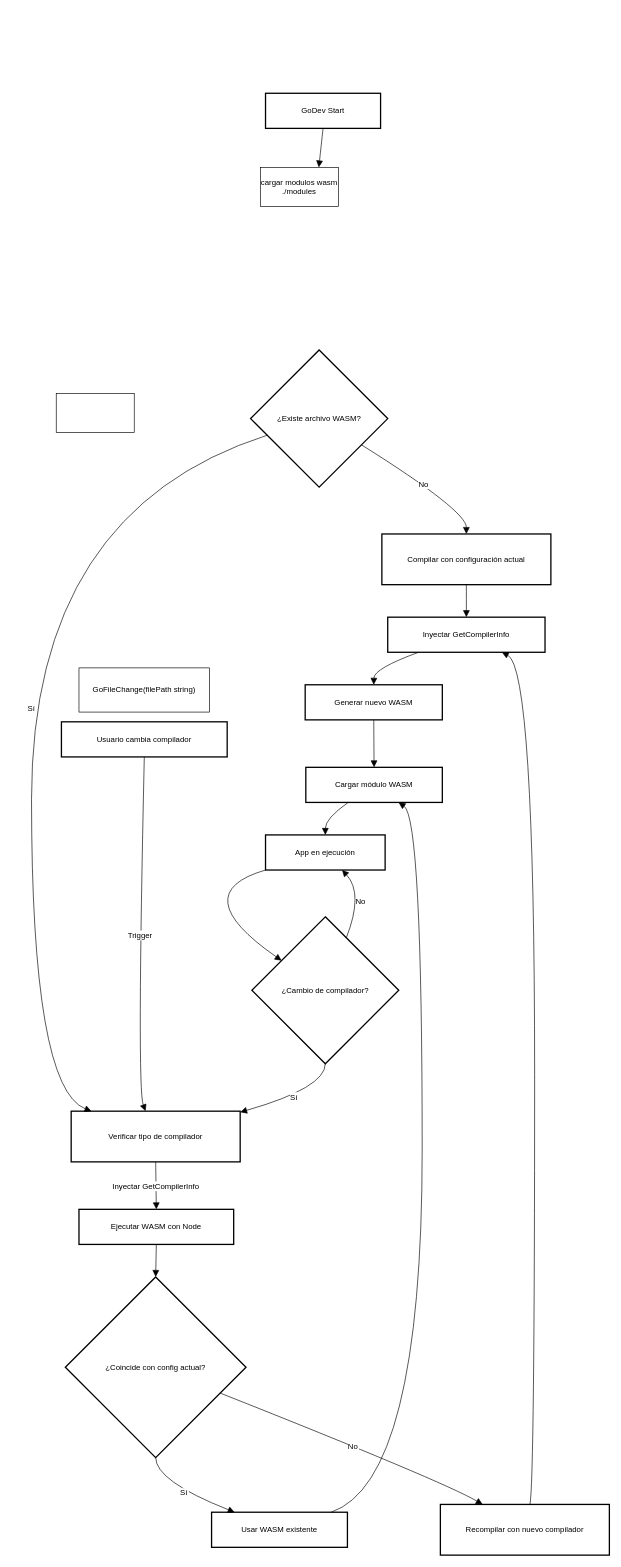
zongruxie4/godev keeps this draw.io diagram as docs/wasm-flow.drawio. Above is the earlier version. Source tidied: cells renumbered, new cells numbered last; positions are measured from the earlier drawing's top-left corner, leaving out a move shared by most shapes. Both pictures are drawn from the tidied source at 65%, with x=0, y=0 at pixel (31, 93).
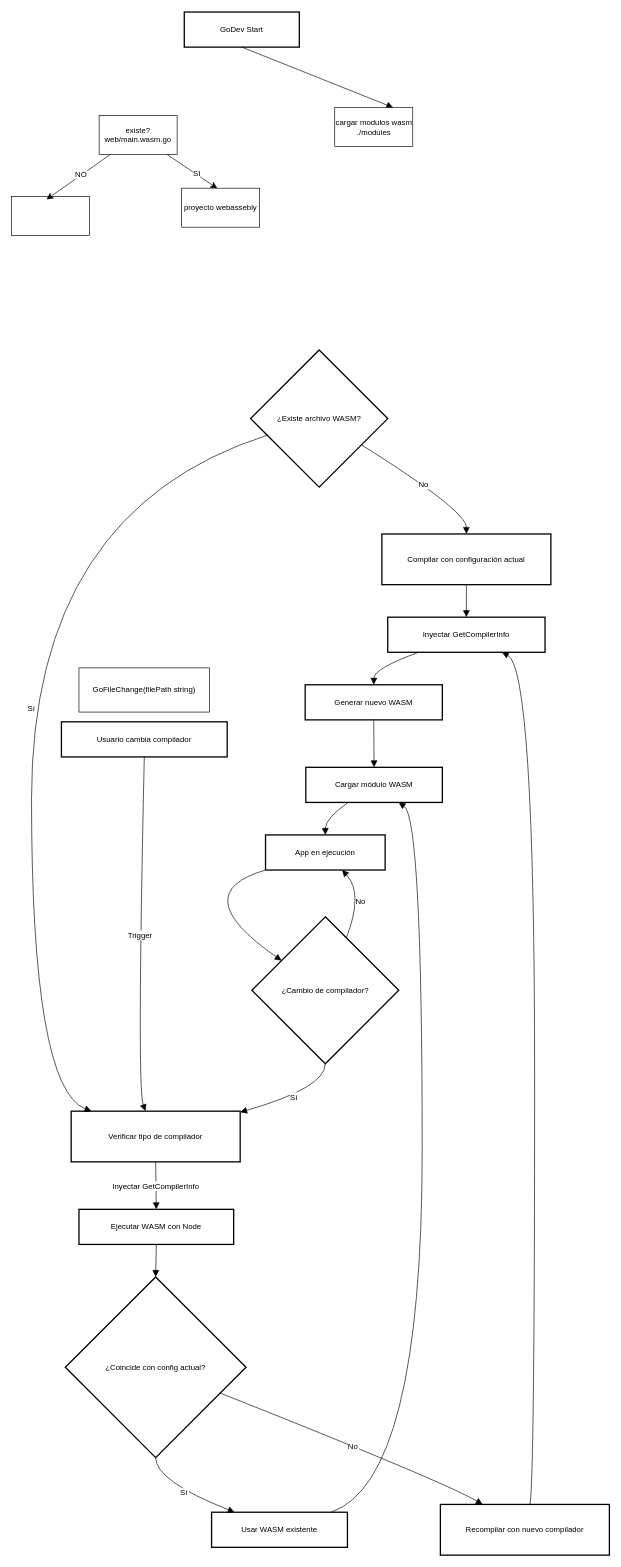
The same page after the edit.

Diff of the diagram source:
```diff
@@
     <mxCell id="2" value="GoDev Start" style="whiteSpace=wrap;strokeWidth=2;" parent="1" vertex="1">
-      <mxGeometry x="360" width="177" height="54" as="geometry" />
+      <mxGeometry x="235" y="-125" width="177" height="54" as="geometry" />
     </mxCell>
@@
+    <mxCell id="36" style="edgeStyle=none;curved=1;rounded=0;jettySize=auto;html=1;fontSize=12;startSize=8;endSize=8;entryX=0.456;entryY=0.006;entryDx=0;entryDy=0;entryPerimeter=0;" parent="1" edge="1" source="34" target="41">
+      <mxGeometry relative="1" as="geometry" />
+    </mxCell>
+    <mxCell id="37" value="SI" style="edgeLabel;html=1;align=center;verticalAlign=middle;fontSize=12;" parent="36" vertex="1">
+      <mxGeometry x="0.15" y="1" relative="1" as="geometry" />
+    </mxCell>
-    <mxCell id="34" style="rounded=0;whiteSpace=wrap;html=1;" parent="1" vertex="1">
-      <mxGeometry x="38" y="462" width="120" height="60" as="geometry" />
+    <mxCell id="34" value="existe? web/main.wasm.go" style="rounded=0;whiteSpace=wrap;html=1;" parent="1" vertex="1">
+      <mxGeometry x="104" y="34" width="120" height="60" as="geometry" />
     </mxCell>
     <mxCell id="35" value="cargar modulos wasm&lt;div&gt;./modules&lt;/div&gt;" style="rounded=0;whiteSpace=wrap;html=1;" parent="1" vertex="1">
-      <mxGeometry x="352" y="114" width="120" height="60" as="geometry" />
+      <mxGeometry x="466.5" y="22" width="120" height="60" as="geometry" />
     </mxCell>
+    <mxCell id="38" style="rounded=0;whiteSpace=wrap;html=1;" parent="1" vertex="1">
+      <mxGeometry x="-31" y="159" width="120" height="60" as="geometry" />
+    </mxCell>
+    <mxCell id="39" style="edgeStyle=none;curved=1;rounded=0;jettySize=auto;html=1;entryX=0.45;entryY=0.072;entryDx=0;entryDy=0;entryPerimeter=0;fontSize=12;startSize=8;endSize=8;" parent="1" edge="1" source="34" target="38">
+      <mxGeometry relative="1" as="geometry" />
+    </mxCell>
+    <mxCell id="40" value="NO" style="edgeLabel;html=1;align=center;verticalAlign=middle;fontSize=12;" parent="39" vertex="1">
+      <mxGeometry x="-0.09" y="-1" relative="1" as="geometry" />
+    </mxCell>
+    <mxCell id="41" value="proyecto webassebly" style="rounded=0;whiteSpace=wrap;html=1;" parent="1" vertex="1">
+      <mxGeometry x="231" y="146" width="120" height="60" as="geometry" />
+    </mxCell>
```
